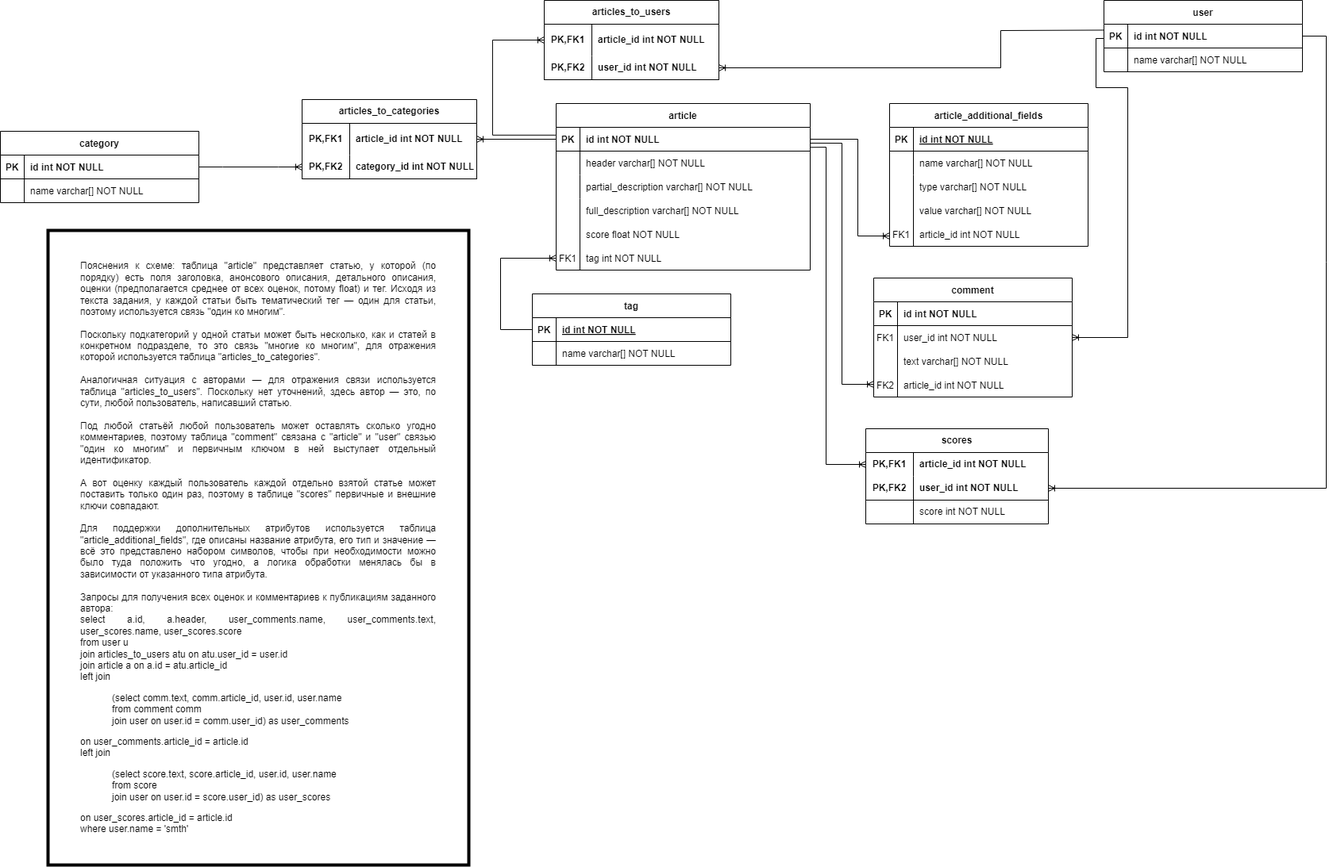
This is 2/Статьи.png from RegretDNM/Braind, a draw.io export, as it was before one commit. Source tidied: cells renumbered, new cells last; positions are measured from the earlier drawing's top-left corner, leaving out a move shared by most shapes.
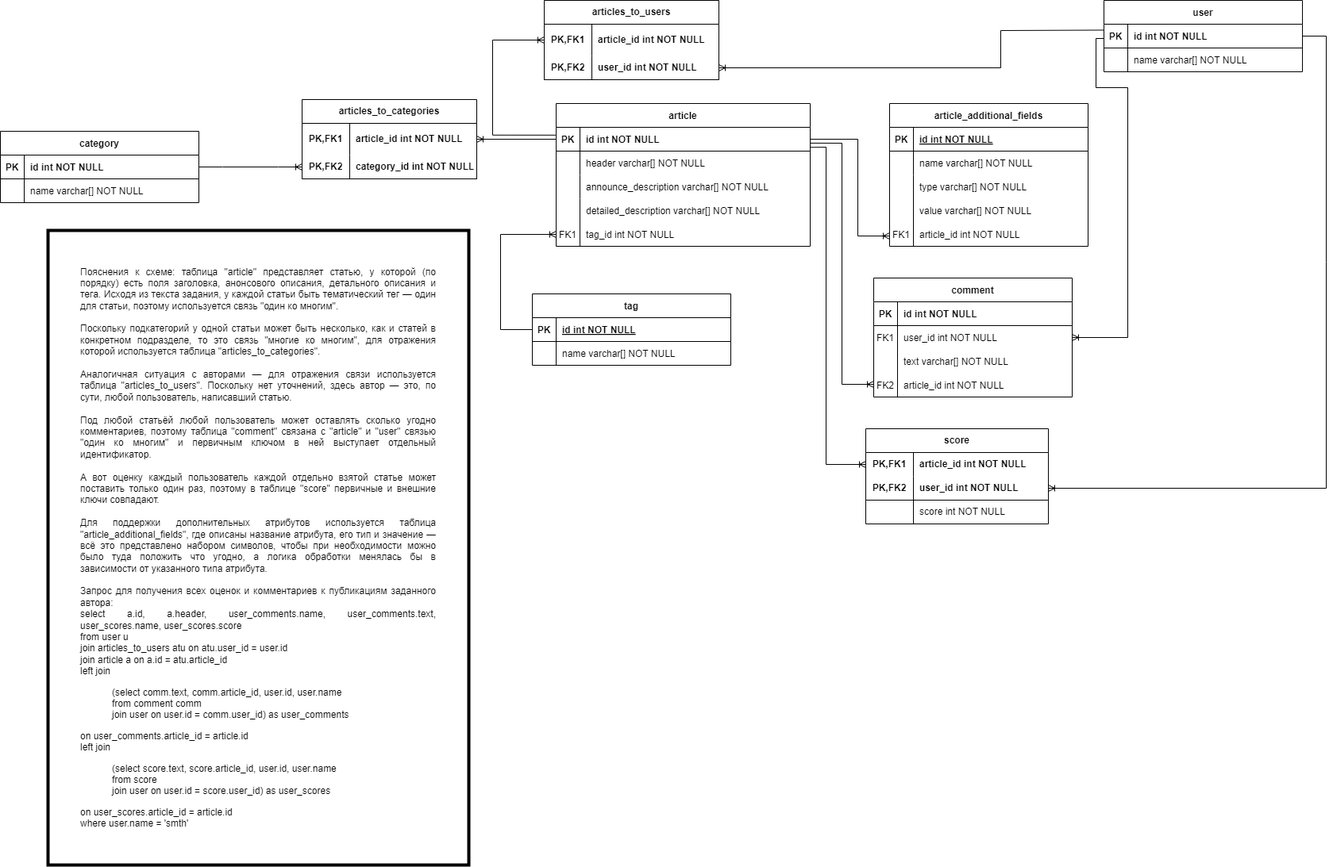
The same diagram one commit later.

Diff of the diagram source:
```diff
@@ -3,7 +3,7 @@
     <mxCell id="0" />
     <mxCell id="1" parent="0" />
     <mxCell id="2" value="article" style="shape=table;startSize=30;rowLines=0;fontStyle=1;align=center;" parent="1" vertex="1">
-      <mxGeometry x="700" y="130" width="320" height="210" as="geometry" />
+      <mxGeometry x="700" y="130" width="320" height="180" as="geometry" />
     </mxCell>
     <mxCell id="3" style="shape=partialRectangle;fillColor=none;points=[[0,0.5],[1,0.5]];portConstraint=eastwest;top=0;left=0;right=0;bottom=1;" parent="2" vertex="1">
       <mxGeometry y="30" width="320" height="30" as="geometry" />
@@ -29,7 +29,7 @@
     <mxCell id="10" style="shape=partialRectangle;overflow=hidden;fillColor=none;top=0;left=0;bottom=0;right=0;" parent="9" vertex="1">
       <mxGeometry width="30" height="30" as="geometry" />
     </mxCell>
-    <mxCell id="11" value="partial_description varchar[] NOT NULL" style="shape=partialRectangle;overflow=hidden;fillColor=none;top=0;left=0;bottom=0;right=0;align=left;spacingLeft=6;" parent="9" vertex="1">
+    <mxCell id="11" value="announce_description varchar[] NOT NULL" style="shape=partialRectangle;overflow=hidden;fillColor=none;top=0;left=0;bottom=0;right=0;align=left;spacingLeft=6;" parent="9" vertex="1">
       <mxGeometry x="30" width="290" height="30" as="geometry" />
     </mxCell>
     <mxCell id="12" value="tag" style="shape=table;startSize=30;rowLines=0;fontStyle=1;align=center;" parent="1" vertex="1">
@@ -74,12 +74,9 @@
     <mxCell id="25" value="name varchar[] NOT NULL" style="shape=partialRectangle;overflow=hidden;fillColor=none;top=0;left=0;bottom=0;right=0;align=left;spacingLeft=6;" parent="23" vertex="1">
       <mxGeometry x="30" width="220" height="30" as="geometry" />
     </mxCell>
-    <mxCell id="26" value="full_description varchar[] NOT NULL" style="shape=partialRectangle;overflow=hidden;fillColor=none;top=0;left=0;bottom=0;right=0;align=left;spacingLeft=6;" parent="1" vertex="1">
+    <mxCell id="26" value="detailed_description varchar[] NOT NULL" style="shape=partialRectangle;overflow=hidden;fillColor=none;top=0;left=0;bottom=0;right=0;align=left;spacingLeft=6;" parent="1" vertex="1">
       <mxGeometry x="730" y="250" width="230" height="30" as="geometry" />
     </mxCell>
-    <mxCell id="27" value="score float NOT NULL" style="shape=partialRectangle;overflow=hidden;fillColor=none;top=0;left=0;bottom=0;right=0;align=left;spacingLeft=6;" parent="1" vertex="1">
-      <mxGeometry x="730" y="280" width="220" height="30" as="geometry" />
-    </mxCell>
     <mxCell id="28" value="articles_to_categories" style="shape=table;startSize=30;rowLines=0;fontStyle=1;align=center;html=1;whiteSpace=wrap;" parent="1" vertex="1">
       <mxGeometry x="380" y="125" width="220" height="100" as="geometry" />
     </mxCell>
@@ -122,11 +119,11 @@
     <mxCell id="41" value="user_id int NOT NULL" style="shape=partialRectangle;fillColor=none;top=0;left=0;bottom=0;right=0;align=left;spacingLeft=6;fontStyle=1;overflow=hidden;html=1;whiteSpace=wrap;" parent="39" vertex="1">
       <mxGeometry x="60" width="160" height="30" as="geometry" />
     </mxCell>
-    <mxCell id="42" value="tag int NOT NULL" style="shape=partialRectangle;overflow=hidden;fillColor=none;top=0;left=0;bottom=0;right=0;align=left;spacingLeft=6;" parent="1" vertex="1">
-      <mxGeometry x="730" y="310" width="220" height="30" as="geometry" />
+    <mxCell id="42" value="tag_id int NOT NULL" style="shape=partialRectangle;overflow=hidden;fillColor=none;top=0;left=0;bottom=0;right=0;align=left;spacingLeft=6;" parent="1" vertex="1">
+      <mxGeometry x="730" y="280" width="220" height="30" as="geometry" />
     </mxCell>
     <mxCell id="43" value="FK1" style="shape=partialRectangle;overflow=hidden;fillColor=none;top=0;left=0;bottom=0;right=0;" parent="1" vertex="1">
-      <mxGeometry x="700" y="310" width="30" height="30" as="geometry" />
+      <mxGeometry x="700" y="280" width="30" height="30" as="geometry" />
     </mxCell>
     <mxCell id="44" style="edgeStyle=orthogonalEdgeStyle;fontSize=12;html=1;endArrow=ERoneToMany;rounded=0;exitX=0;exitY=0.5;exitDx=0;exitDy=0;entryX=1;entryY=0.5;entryDx=0;entryDy=0;" parent="1" edge="1" source="3" target="29">
       <mxGeometry relative="1" as="geometry" />
@@ -243,7 +240,7 @@
     </mxCell>
     <mxCell id="76" style="endArrow=none;html=1;rounded=0;" parent="1" edge="1">
       <mxGeometry relative="1" as="geometry">
-        <mxPoint x="730" y="340" as="sourcePoint" />
+        <mxPoint x="730" y="310" as="sourcePoint" />
         <mxPoint x="730" y="250" as="targetPoint" />
       </mxGeometry>
     </mxCell>
@@ -259,7 +256,7 @@
         <mxPoint x="1130" y="500" as="targetPoint" />
       </mxGeometry>
     </mxCell>
-    <mxCell id="79" value="&lt;blockquote&gt;&lt;div align=&quot;justify&quot;&gt;Пояснения к схеме: таблица &quot;article&quot; представляет статью, у которой (по порядку) есть поля заголовка, анонсового описания, детального описания, оценки (предполагается среднее от всех оценок, потому float) и тег. Исходя из текста задания, у каждой статьи быть тематический тег — один для статьи, поэтому используется связь &quot;один ко многим&quot;.&lt;/div&gt;&lt;div align=&quot;justify&quot;&gt;&lt;br&gt;&lt;/div&gt;&lt;div align=&quot;justify&quot;&gt;Поскольку подкатегорий у одной статьи может быть несколько, как и статей в конкретном подразделе, то это связь &quot;многие ко многим&quot;, для отражения которой используется таблица &quot;articles_to_categories&quot;.&lt;/div&gt;&lt;div align=&quot;justify&quot;&gt;&lt;br&gt;&lt;/div&gt;&lt;div align=&quot;justify&quot;&gt;Аналогичная ситуация с авторами — для отражения связи используется таблица &quot;articles_to_users&quot;. Поскольку нет уточнений, здесь автор — это, по сути, любой пользователь, написавший статью.&lt;/div&gt;&lt;div align=&quot;justify&quot;&gt;&lt;br&gt;&lt;/div&gt;&lt;div align=&quot;justify&quot;&gt;Под любой статьёй любой пользователь может оставлять сколько угодно комментариев, поэтому таблица &quot;comment&quot; связана с &quot;article&quot; и &quot;user&quot; связью &quot;один ко многим&quot; и первичным ключом в ней выступает отдельный идентификатор.&lt;/div&gt;&lt;div align=&quot;justify&quot;&gt;&lt;br&gt;&lt;/div&gt;&lt;div align=&quot;justify&quot;&gt;А вот оценку каждый пользователь каждой отдельно взятой статье может поставить только один раз, поэтому в таблице &quot;scores&quot; первичные и внешние ключи совпадают.&lt;/div&gt;&lt;div align=&quot;justify&quot;&gt;&lt;br&gt;&lt;/div&gt;&lt;div align=&quot;justify&quot;&gt;Для поддержки дополнительных атрибутов используется таблица &quot;article_additional_fields&quot;, где описаны название атрибута, его тип и значение — всё это представлено набором символов, чтобы при необходимости можно было туда положить что угодно, а логика обработки менялась бы в зависимости от указанного типа атрибута.&lt;/div&gt;&lt;div align=&quot;justify&quot;&gt;&lt;br&gt;&lt;/div&gt;&lt;div align=&quot;justify&quot;&gt;Запросы для получения всех оценок и комментариев к публикациям заданного автора:&lt;/div&gt;&lt;div align=&quot;justify&quot;&gt;select a.id, a.header, &lt;span style=&quot;background-color: initial;&quot;&gt;user_comments.name, &lt;/span&gt;&lt;span style=&quot;background-color: initial;&quot;&gt;user_comments&lt;/span&gt;.text, &lt;span style=&quot;background-color: initial;&quot;&gt;user_scores.name, &lt;/span&gt;&lt;span style=&quot;background-color: initial;&quot;&gt;user_scores&lt;/span&gt;.score&lt;/div&gt;&lt;div align=&quot;justify&quot;&gt;from user u&lt;/div&gt;&lt;div align=&quot;justify&quot;&gt;join&amp;nbsp;&lt;span style=&quot;background-color: initial;&quot;&gt;articles_to_users atu on atu.user_id = user.id&lt;/span&gt;&lt;/div&gt;&lt;div align=&quot;justify&quot;&gt;&lt;span style=&quot;background-color: initial;&quot;&gt;join article a on a.id = atu.article_id&lt;/span&gt;&lt;/div&gt;&lt;div align=&quot;justify&quot;&gt;&lt;span style=&quot;background-color: initial;&quot;&gt;left join&lt;/span&gt;&lt;/div&gt;&lt;blockquote&gt;&lt;div align=&quot;justify&quot;&gt;&lt;span style=&quot;background-color: initial;&quot;&gt;(select comm.text, comm.article_id, user.id, user.name&lt;br&gt;&lt;/span&gt;&lt;/div&gt;&lt;div align=&quot;justify&quot;&gt;&lt;span style=&quot;background-color: initial;&quot;&gt;from comment comm&lt;/span&gt;&lt;/div&gt;&lt;div align=&quot;justify&quot;&gt;&lt;span style=&quot;background-color: initial;&quot;&gt;join user on user.id = comm.user_id) as user_comments&lt;/span&gt;&lt;/div&gt;&lt;/blockquote&gt;&lt;div align=&quot;justify&quot;&gt;&lt;span style=&quot;background-color: initial;&quot;&gt;on user_comments.&lt;/span&gt;&lt;span style=&quot;background-color: initial;&quot;&gt;article_id = article.id&lt;/span&gt;&lt;/div&gt;&lt;div align=&quot;justify&quot;&gt;&lt;div&gt;&lt;span style=&quot;background-color: initial;&quot;&gt;left join&lt;/span&gt;&lt;/div&gt;&lt;blockquote&gt;&lt;div&gt;&lt;span style=&quot;background-color: initial;&quot;&gt;(select score.text, score.article_id,&lt;/span&gt;&lt;span style=&quot;background-color: initial;&quot;&gt; user.id, user.name&lt;/span&gt;&lt;/div&gt;&lt;div&gt;&lt;span style=&quot;background-color: initial;&quot;&gt;from score&lt;/span&gt;&lt;/div&gt;&lt;div&gt;&lt;span style=&quot;background-color: initial;&quot;&gt;join user on user.id = &lt;/span&gt;&lt;span style=&quot;background-color: initial;&quot;&gt;score&lt;/span&gt;&lt;span style=&quot;background-color: initial;&quot;&gt;.user_id) as user_scores&lt;/span&gt;&lt;/div&gt;&lt;/blockquote&gt;&lt;div&gt;&lt;span style=&quot;background-color: initial;&quot;&gt;on &lt;/span&gt;&lt;span style=&quot;background-color: initial;&quot;&gt;user_scores&lt;/span&gt;&lt;span style=&quot;background-color: initial;&quot;&gt;.&lt;/span&gt;&lt;span style=&quot;background-color: initial;&quot;&gt;article_id = article.id&lt;/span&gt;&lt;/div&gt;&lt;/div&gt;&lt;div align=&quot;justify&quot;&gt;&lt;span style=&quot;background-color: initial;&quot;&gt;where &lt;/span&gt;&lt;span style=&quot;background-color: initial;&quot;&gt;user.name = 'smth'&lt;/span&gt;&lt;/div&gt;&lt;/blockquote&gt;" style="rounded=0;whiteSpace=wrap;html=1;strokeWidth=4;" parent="1" vertex="1">
+    <mxCell id="79" value="&lt;blockquote&gt;&lt;div align=&quot;justify&quot;&gt;Пояснения к схеме: таблица &quot;article&quot; представляет статью, у которой (по порядку) есть поля заголовка, анонсового описания, детального описания и тега. Исходя из текста задания, у каждой статьи быть тематический тег — один для статьи, поэтому используется связь &quot;один ко многим&quot;.&lt;/div&gt;&lt;div align=&quot;justify&quot;&gt;&lt;br&gt;&lt;/div&gt;&lt;div align=&quot;justify&quot;&gt;Поскольку подкатегорий у одной статьи может быть несколько, как и статей в конкретном подразделе, то это связь &quot;многие ко многим&quot;, для отражения которой используется таблица &quot;articles_to_categories&quot;.&lt;/div&gt;&lt;div align=&quot;justify&quot;&gt;&lt;br&gt;&lt;/div&gt;&lt;div align=&quot;justify&quot;&gt;Аналогичная ситуация с авторами — для отражения связи используется таблица &quot;articles_to_users&quot;. Поскольку нет уточнений, здесь автор — это, по сути, любой пользователь, написавший статью.&lt;/div&gt;&lt;div align=&quot;justify&quot;&gt;&lt;br&gt;&lt;/div&gt;&lt;div align=&quot;justify&quot;&gt;Под любой статьёй любой пользователь может оставлять сколько угодно комментариев, поэтому таблица &quot;comment&quot; связана с &quot;article&quot; и &quot;user&quot; связью &quot;один ко многим&quot; и первичным ключом в ней выступает отдельный идентификатор.&lt;/div&gt;&lt;div align=&quot;justify&quot;&gt;&lt;br&gt;&lt;/div&gt;&lt;div align=&quot;justify&quot;&gt;А вот оценку каждый пользователь каждой отдельно взятой статье может поставить только один раз, поэтому в таблице &quot;score&quot; первичные и внешние ключи совпадают.&lt;/div&gt;&lt;div align=&quot;justify&quot;&gt;&lt;br&gt;&lt;/div&gt;&lt;div align=&quot;justify&quot;&gt;Для поддержки дополнительных атрибутов используется таблица &quot;article_additional_fields&quot;, где описаны название атрибута, его тип и значение — всё это представлено набором символов, чтобы при необходимости можно было туда положить что угодно, а логика обработки менялась бы в зависимости от указанного типа атрибута.&lt;/div&gt;&lt;div align=&quot;justify&quot;&gt;&lt;br&gt;&lt;/div&gt;&lt;div align=&quot;justify&quot;&gt;Запрос для получения всех оценок и комментариев к публикациям заданного автора:&lt;/div&gt;&lt;div align=&quot;justify&quot;&gt;select a.id, a.header, &lt;span style=&quot;background-color: initial;&quot;&gt;user_comments.name, &lt;/span&gt;&lt;span style=&quot;background-color: initial;&quot;&gt;user_comments&lt;/span&gt;.text, &lt;span style=&quot;background-color: initial;&quot;&gt;user_scores.name, &lt;/span&gt;&lt;span style=&quot;background-color: initial;&quot;&gt;user_scores&lt;/span&gt;.score&lt;/div&gt;&lt;div align=&quot;justify&quot;&gt;from user u&lt;/div&gt;&lt;div align=&quot;justify&quot;&gt;join&amp;nbsp;&lt;span style=&quot;background-color: initial;&quot;&gt;articles_to_users atu on atu.user_id = user.id&lt;/span&gt;&lt;/div&gt;&lt;div align=&quot;justify&quot;&gt;&lt;span style=&quot;background-color: initial;&quot;&gt;join article a on a.id = atu.article_id&lt;/span&gt;&lt;/div&gt;&lt;div align=&quot;justify&quot;&gt;&lt;span style=&quot;background-color: initial;&quot;&gt;left join&lt;/span&gt;&lt;/div&gt;&lt;blockquote&gt;&lt;div align=&quot;justify&quot;&gt;&lt;span style=&quot;background-color: initial;&quot;&gt;(select comm.text, comm.article_id, user.id, user.name&lt;br&gt;&lt;/span&gt;&lt;/div&gt;&lt;div align=&quot;justify&quot;&gt;&lt;span style=&quot;background-color: initial;&quot;&gt;from comment comm&lt;/span&gt;&lt;/div&gt;&lt;div align=&quot;justify&quot;&gt;&lt;span style=&quot;background-color: initial;&quot;&gt;join user on user.id = comm.user_id) as user_comments&lt;/span&gt;&lt;/div&gt;&lt;/blockquote&gt;&lt;div align=&quot;justify&quot;&gt;&lt;span style=&quot;background-color: initial;&quot;&gt;on user_comments.&lt;/span&gt;&lt;span style=&quot;background-color: initial;&quot;&gt;article_id = article.id&lt;/span&gt;&lt;/div&gt;&lt;div align=&quot;justify&quot;&gt;&lt;div&gt;&lt;span style=&quot;background-color: initial;&quot;&gt;left join&lt;/span&gt;&lt;/div&gt;&lt;blockquote&gt;&lt;div&gt;&lt;span style=&quot;background-color: initial;&quot;&gt;(select score.text, score.article_id,&lt;/span&gt;&lt;span style=&quot;background-color: initial;&quot;&gt; user.id, user.name&lt;/span&gt;&lt;/div&gt;&lt;div&gt;&lt;span style=&quot;background-color: initial;&quot;&gt;from score&lt;/span&gt;&lt;/div&gt;&lt;div&gt;&lt;span style=&quot;background-color: initial;&quot;&gt;join user on user.id = &lt;/span&gt;&lt;span style=&quot;background-color: initial;&quot;&gt;score&lt;/span&gt;&lt;span style=&quot;background-color: initial;&quot;&gt;.user_id) as user_scores&lt;/span&gt;&lt;/div&gt;&lt;/blockquote&gt;&lt;div&gt;&lt;span style=&quot;background-color: initial;&quot;&gt;on &lt;/span&gt;&lt;span style=&quot;background-color: initial;&quot;&gt;user_scores&lt;/span&gt;&lt;span style=&quot;background-color: initial;&quot;&gt;.&lt;/span&gt;&lt;span style=&quot;background-color: initial;&quot;&gt;article_id = article.id&lt;/span&gt;&lt;/div&gt;&lt;/div&gt;&lt;div align=&quot;justify&quot;&gt;&lt;span style=&quot;background-color: initial;&quot;&gt;where &lt;/span&gt;&lt;span style=&quot;background-color: initial;&quot;&gt;user.name = 'smth'&lt;/span&gt;&lt;/div&gt;&lt;/blockquote&gt;" style="rounded=0;whiteSpace=wrap;html=1;strokeWidth=4;" parent="1" vertex="1">
       <mxGeometry x="60" y="290" width="530" height="800" as="geometry" />
     </mxCell>
     <mxCell id="80" style="fontSize=12;html=1;endArrow=ERoneToMany;rounded=0;exitX=-0.001;exitY=0.249;exitDx=0;exitDy=0;exitPerimeter=0;entryX=1;entryY=0.5;entryDx=0;entryDy=0;" parent="1" edge="1" source="60" target="39">
@@ -272,10 +269,10 @@
     </mxCell>
     <mxCell id="81" style="fontSize=12;html=1;endArrow=ERoneToMany;rounded=0;exitX=0;exitY=0.5;exitDx=0;exitDy=0;" parent="1" edge="1" source="13">
       <mxGeometry relative="1" as="geometry">
-        <mxPoint x="700" y="325" as="targetPoint" />
+        <mxPoint x="700" y="295" as="targetPoint" />
         <Array as="points">
           <mxPoint x="630" y="415" />
-          <mxPoint x="630" y="325" />
+          <mxPoint x="630" y="295" />
         </Array>
       </mxGeometry>
     </mxCell>
@@ -307,7 +304,7 @@
         </Array>
       </mxGeometry>
     </mxCell>
-    <mxCell id="85" value="scores" style="shape=table;startSize=30;rowLines=0;fontStyle=1;align=center;html=1;whiteSpace=wrap;" parent="1" vertex="1">
+    <mxCell id="85" value="score" style="shape=table;startSize=30;rowLines=0;fontStyle=1;align=center;html=1;whiteSpace=wrap;" parent="1" vertex="1">
       <mxGeometry x="1090" y="540" width="230" height="120" as="geometry" />
     </mxCell>
     <mxCell id="86" style="shape=tableRow;horizontal=0;startSize=0;swimlaneHead=0;swimlaneBody=0;fillColor=none;points=[[0,0.5],[1,0.5]];portConstraint=eastwest;top=0;left=0;right=0;bottom=0;html=1;" parent="85" vertex="1">
```
